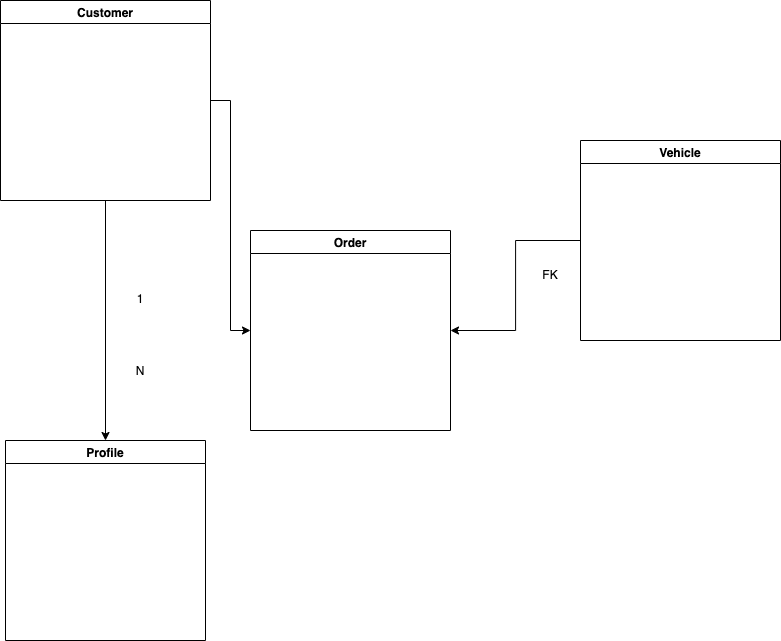
Before: docs/DataBaseGrap.drawio.png, a diagram exported from draw.io (crowstrong/Dispo). Source tidied: cells renumbered, new cells last; positions are measured from the earlier drawing's top-left corner, leaving out a move shared by most shapes.
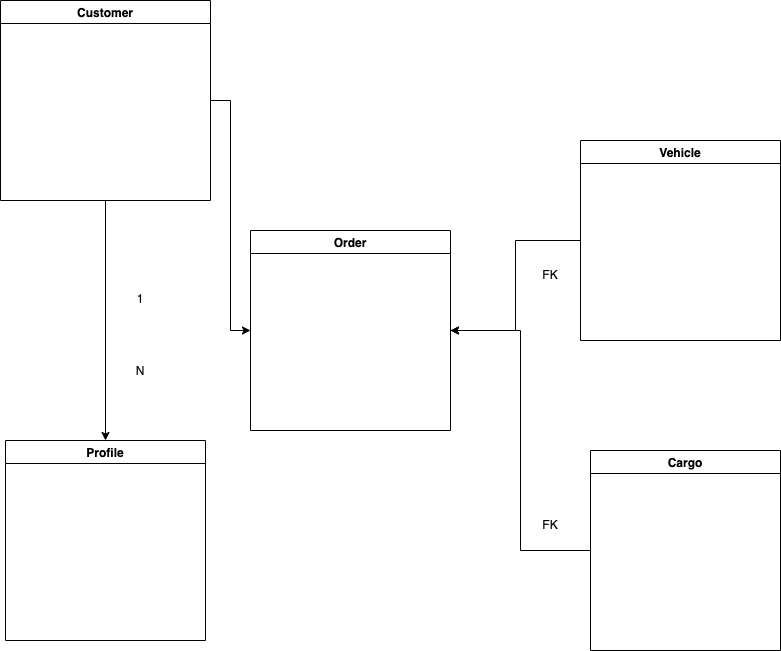
Later version of the same file.

The edit, as a diff of the source:
```diff
@@ -29,5 +29,19 @@
     <mxCell id="10" value="1 &lt;br&gt;&lt;br&gt;&lt;br&gt;&lt;br&gt;&lt;br&gt;N" style="text;html=1;strokeColor=none;fillColor=none;align=center;verticalAlign=middle;whiteSpace=wrap;rounded=0;" parent="1" vertex="1">
       <mxGeometry x="120" y="320" width="40" height="30" as="geometry" />
     </mxCell>
+    <mxCell id="11" style="edgeStyle=orthogonalEdgeStyle;rounded=0;jettySize=auto;html=1;entryX=1;entryY=0.5;entryDx=0;entryDy=0;" parent="1" edge="1" source="12" target="6">
+      <mxGeometry relative="1" as="geometry">
+        <Array as="points">
+          <mxPoint x="520" y="550" />
+          <mxPoint x="520" y="330" />
+        </Array>
+      </mxGeometry>
+    </mxCell>
+    <mxCell id="12" value="Cargo" style="swimlane;" parent="1" vertex="1">
+      <mxGeometry x="590" y="450" width="190" height="200" as="geometry" />
+    </mxCell>
+    <mxCell id="13" value="FK" style="text;html=1;strokeColor=none;fillColor=none;align=center;verticalAlign=middle;whiteSpace=wrap;rounded=0;" parent="1" vertex="1">
+      <mxGeometry x="520" y="510" width="60" height="30" as="geometry" />
+    </mxCell>
   </root>
 </mxGraphModel>
```
